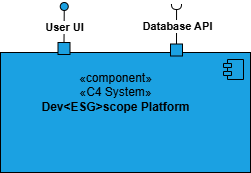
This is frontmatter/assets/diagrams/Logical View/Logical View Lv1.drawio.png from matilde-varela/ISEP-PESTI-Report-2025, a draw.io export, as it was before one commit. Source tidied: cells renumbered, new cells last; positions are measured from the earlier drawing's top-left corner, leaving out a move shared by most shapes.
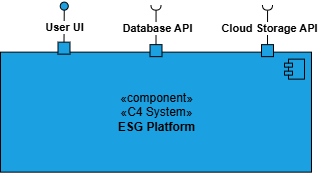
Above is the later version.

Diff of the diagram source:
```diff
@@ -3,18 +3,18 @@
     <mxCell id="0" />
     <mxCell id="1" parent="0" />
     <mxCell id="2" style="html=1;whiteSpace=wrap;fillColor=#1ba1e2;fontColor=#ffffff;strokeColor=light-dark(#000000, #51afe7);" parent="1" vertex="1">
-      <mxGeometry y="52" width="250" height="120" as="geometry" />
+      <mxGeometry x="129" y="412.6" width="311" height="120" as="geometry" />
     </mxCell>
     <mxCell id="3" style="shape=module;jettyWidth=8;jettyHeight=4;fillColor=#1ba1e2;fontColor=#ffffff;strokeColor=#000000;" parent="2" vertex="1">
       <mxGeometry x="1" width="20" height="20" relative="1" as="geometry">
         <mxPoint x="-27" y="7" as="offset" />
       </mxGeometry>
     </mxCell>
-    <mxCell id="4" value="«component»&lt;br&gt;«C4 System»&lt;br&gt;&lt;b&gt;Dev&amp;lt;ESG&amp;gt;scope Platform&lt;/b&gt;" style="text;align=center;verticalAlign=middle;strokeColor=none;fillColor=none;html=1;" parent="1" vertex="1">
-      <mxGeometry x="30" y="62" width="170" height="60" as="geometry" />
+    <mxCell id="4" value="«component»&lt;br&gt;«C4 System»&lt;br&gt;&lt;b&gt;ESG Platform&lt;/b&gt;" style="text;align=center;verticalAlign=middle;strokeColor=none;fillColor=none;html=1;" parent="1" vertex="1">
+      <mxGeometry x="234.5" y="442.6" width="100" height="60" as="geometry" />
     </mxCell>
     <mxCell id="5" style="group;" parent="1" vertex="1">
-      <mxGeometry x="170" y="4" width="12" height="51.5" as="geometry" />
+      <mxGeometry x="278.5" y="365.6" width="12" height="51.5" as="geometry" />
     </mxCell>
     <mxCell id="6" style="fontStyle=0;labelPosition=right;verticalLabelPosition=middle;align=left;verticalAlign=middle;spacingLeft=2;direction=south;fillColor=#1ba1e2;fontColor=#ffffff;strokeColor=light-dark(#000000, #51afe7);" parent="5" vertex="1">
       <mxGeometry y="39.5" width="12" height="12" as="geometry" />
@@ -29,7 +29,7 @@
       <mxGeometry x="3.5" y="-2.5" width="5" height="10" as="geometry" />
     </mxCell>
     <mxCell id="10" style="group;" parent="1" vertex="1">
-      <mxGeometry x="57.5" y="0.4" width="12" height="53.6" as="geometry" />
+      <mxGeometry x="186.5" y="361" width="12" height="53.6" as="geometry" />
     </mxCell>
     <mxCell id="11" style="fontStyle=0;labelPosition=right;verticalLabelPosition=middle;align=left;verticalAlign=middle;spacingLeft=2;direction=south;fillColor=#1ba1e2;fontColor=#ffffff;strokeColor=light-dark(#000000, #51afe7);" parent="10" vertex="1">
       <mxGeometry y="41.6" width="12" height="12" as="geometry" />
@@ -43,5 +43,20 @@
     <mxCell id="14" style="ellipse;html=1;fontSize=11;align=center;fillColor=#1ba1e2;points=[];verticalAlign=bottom;labelPosition=center;verticalLabelPosition=top;flipH=1;rotation=-140;fontColor=#ffffff;strokeColor=default;perimeterSpacing=0;" parent="10" vertex="1">
       <mxGeometry x="2.2" y="1.6" width="8" height="8" as="geometry" />
     </mxCell>
+    <mxCell id="15" style="group;" parent="1" vertex="1">
+      <mxGeometry x="390" y="365.6" width="12" height="51.5" as="geometry" />
+    </mxCell>
+    <mxCell id="16" style="fontStyle=0;labelPosition=right;verticalLabelPosition=middle;align=left;verticalAlign=middle;spacingLeft=2;direction=south;fillColor=#1ba1e2;fontColor=#ffffff;strokeColor=light-dark(#000000, #51afe7);" parent="15" vertex="1">
+      <mxGeometry y="39.5" width="12" height="12" as="geometry" />
+    </mxCell>
+    <mxCell id="17" style="endArrow=none;html=1;rounded=0;align=center;verticalAlign=top;endFill=0;labelBackgroundColor=none;endSize=2;exitX=0;exitY=0.5;exitDx=0;exitDy=0;entryX=1.076;entryY=0.506;entryDx=0;entryDy=0;entryPerimeter=0;" parent="15" edge="1" source="16" target="19">
+      <mxGeometry relative="1" as="geometry" />
+    </mxCell>
+    <mxCell id="18" value="&lt;b&gt;Cloud Storage API&lt;/b&gt;" style="edgeLabel;html=1;align=center;verticalAlign=middle;" parent="17" vertex="1">
+      <mxGeometry x="0.03" y="-1" relative="1" as="geometry" />
+    </mxCell>
+    <mxCell id="19" style="shape=requiredInterface;html=1;fontSize=11;align=center;fillColor=none;points=[];verticalAlign=bottom;labelPosition=center;verticalLabelPosition=top;flipH=1;rotation=-90;" parent="15" vertex="1">
+      <mxGeometry x="3.5" y="-2.5" width="5" height="10" as="geometry" />
+    </mxCell>
   </root>
 </mxGraphModel>
```
